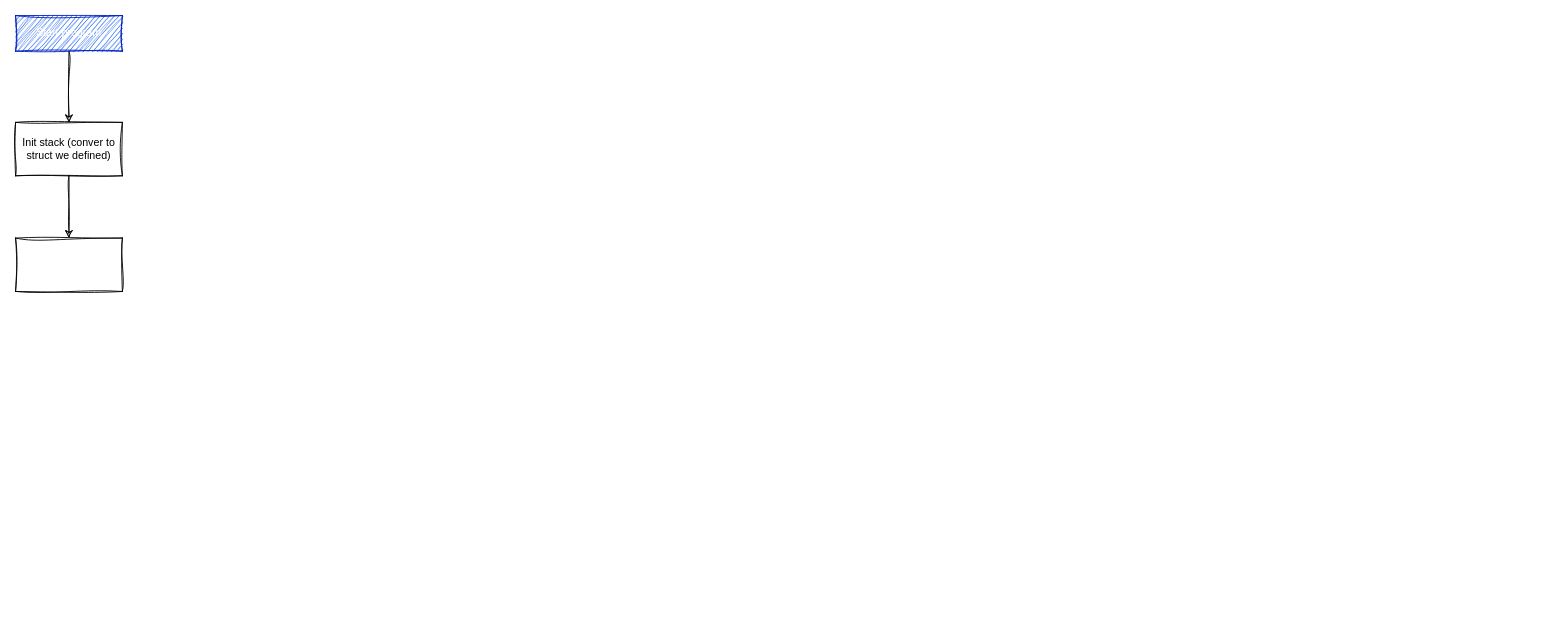
Before: logic.drawio in RealConrad/42push-swap, a draw.io diagram. Source tidied: cells renumbered, new cells numbered last; positions are measured from the earlier drawing's top-left corner, leaving out a move shared by most shapes. Both pictures are drawn from the tidied source at 89%, with x=0, y=0 at pixel (15, 15).
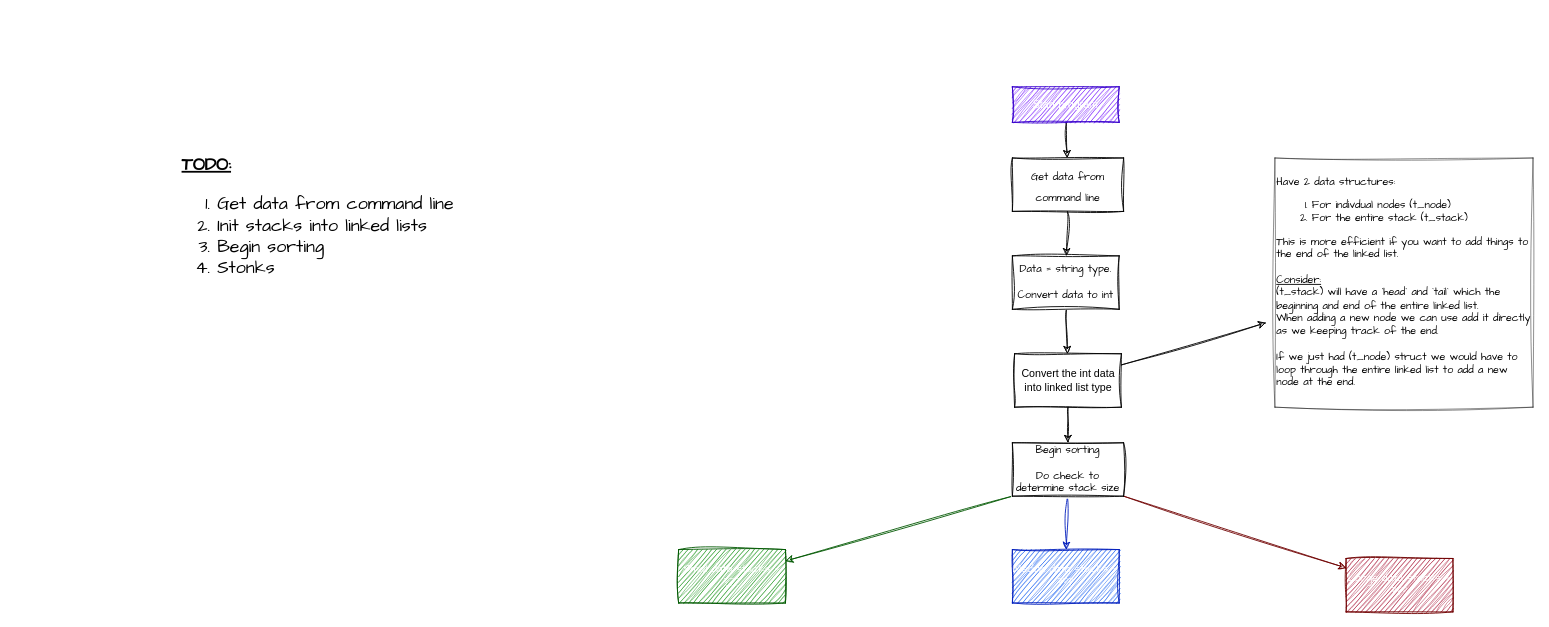
Above is the later version.

Commit message (it also covers changes not shown here):
made changes to convert data to linked list

Diff of the diagram source:
```diff
@@
 <mxGraphModel>
   <root>
     <mxCell id="0" />
     <mxCell id="1" parent="0" />
-    <mxCell id="2" style="edgeStyle=none;html=1;rounded=0;sketch=1;curveFitting=1;jiggle=2;" parent="1" edge="1" source="3" target="5">
-      <mxGeometry relative="1" as="geometry" />
-    </mxCell>
+    <mxCell id="7" style="edgeStyle=none;hachureGap=4;html=1;fontFamily=Architects Daughter;fontSize=16;sketch=1;curveFitting=1;jiggle=2;" parent="1" edge="1" source="3" target="11">
+      <mxGeometry relative="1" as="geometry" />
+    </mxCell>
-    <mxCell id="3" value="Start program" style="rounded=0;whiteSpace=wrap;html=1;sketch=1;curveFitting=1;jiggle=2;fillColor=#0050ef;fontColor=#ffffff;strokeColor=#001DBC;" parent="1" vertex="1">
-      <mxGeometry width="120" height="40" as="geometry" />
+    <mxCell id="3" value="Start program" style="rounded=0;whiteSpace=wrap;html=1;fillColor=#6a00ff;strokeColor=#3700CC;fontColor=#ffffff;sketch=1;curveFitting=1;jiggle=2;" parent="1" vertex="1">
+      <mxGeometry x="1120" y="80" width="120" height="40" as="geometry" />
     </mxCell>
-    <mxCell id="4" style="edgeStyle=none;sketch=1;hachureGap=4;jiggle=2;curveFitting=1;html=1;fontFamily=Architects Daughter;fontSize=16;" parent="1" edge="1" source="5" target="6">
+    <mxCell id="4" style="edgeStyle=none;hachureGap=4;html=1;fontFamily=Architects Daughter;fontSize=16;sketch=1;curveFitting=1;jiggle=2;" parent="1" edge="1" source="5" target="17">
       <mxGeometry relative="1" as="geometry" />
     </mxCell>
+    <mxCell id="8" style="edgeStyle=none;hachureGap=4;html=1;fontFamily=Architects Daughter;fontSize=16;sketch=1;curveFitting=1;jiggle=2;" parent="1" edge="1" source="5" target="21">
+      <mxGeometry relative="1" as="geometry" />
+    </mxCell>
-    <mxCell id="5" value="Init stack (conver to struct we defined)" style="rounded=0;whiteSpace=wrap;html=1;sketch=1;curveFitting=1;jiggle=2;" parent="1" vertex="1">
-      <mxGeometry y="120" width="120" height="60" as="geometry" />
+    <mxCell id="5" value="Convert the int data into linked list type" style="rounded=0;whiteSpace=wrap;html=1;sketch=1;curveFitting=1;jiggle=2;" parent="1" vertex="1">
+      <mxGeometry x="1122.5" y="380" width="120" height="60" as="geometry" />
     </mxCell>
-    <mxCell id="6" style="rounded=0;whiteSpace=wrap;html=1;sketch=1;hachureGap=4;jiggle=2;curveFitting=1;fontFamily=Architects Daughter;fontSize=20;" parent="1" vertex="1">
-      <mxGeometry y="250" width="120" height="60" as="geometry" />
-    </mxCell>
+    <mxCell id="9" value="&lt;b&gt;&lt;u&gt;TODO:&lt;br&gt;&lt;/u&gt;&lt;/b&gt;&lt;div style=&quot;&quot;&gt;&lt;ol&gt;&lt;li&gt;Get data from command line&lt;/li&gt;&lt;li&gt;Init stacks into linked lists&lt;/li&gt;&lt;li&gt;Begin sorting&lt;/li&gt;&lt;li&gt;Stonks&lt;/li&gt;&lt;/ol&gt;&lt;/div&gt;" style="text;html=1;strokeColor=none;fillColor=none;align=left;verticalAlign=middle;whiteSpace=wrap;rounded=0;hachureGap=4;fontFamily=Architects Daughter;fontSize=20;sketch=1;curveFitting=1;jiggle=2;" parent="1" vertex="1">
+      <mxGeometry x="185" y="40" width="570" height="390" as="geometry" />
+    </mxCell>
+    <mxCell id="10" style="edgeStyle=none;hachureGap=4;html=1;fontFamily=Architects Daughter;fontSize=12;sketch=1;curveFitting=1;jiggle=2;" parent="1" edge="1" source="11" target="13">
+      <mxGeometry relative="1" as="geometry" />
+    </mxCell>
+    <mxCell id="11" value="&lt;font style=&quot;font-size: 12px;&quot;&gt;Get data from command line&lt;/font&gt;" style="rounded=0;whiteSpace=wrap;html=1;hachureGap=4;fontFamily=Architects Daughter;fontSize=20;sketch=1;curveFitting=1;jiggle=2;" parent="1" vertex="1">
+      <mxGeometry x="1120" y="160" width="125" height="60" as="geometry" />
+    </mxCell>
+    <mxCell id="12" style="edgeStyle=none;hachureGap=4;html=1;fontFamily=Architects Daughter;fontSize=12;sketch=1;curveFitting=1;jiggle=2;" parent="1" edge="1" source="13" target="5">
+      <mxGeometry relative="1" as="geometry" />
+    </mxCell>
+    <mxCell id="13" value="Data = string type.&lt;br&gt;&lt;br&gt;Convert data to int" style="rounded=0;whiteSpace=wrap;html=1;hachureGap=4;fontFamily=Architects Daughter;fontSize=12;sketch=1;curveFitting=1;jiggle=2;" parent="1" vertex="1">
+      <mxGeometry x="1120" y="270" width="120" height="60" as="geometry" />
+    </mxCell>
+    <mxCell id="14" style="edgeStyle=none;hachureGap=4;html=1;exitX=0;exitY=1;exitDx=0;exitDy=0;fontFamily=Architects Daughter;fontSize=12;fillColor=#008a00;strokeColor=#005700;sketch=1;curveFitting=1;jiggle=2;" parent="1" edge="1" source="17" target="18">
+      <mxGeometry relative="1" as="geometry" />
+    </mxCell>
+    <mxCell id="15" style="edgeStyle=none;hachureGap=4;html=1;fontFamily=Architects Daughter;fontSize=12;fillColor=#0050ef;strokeColor=#001DBC;sketch=1;curveFitting=1;jiggle=2;" parent="1" edge="1" source="17" target="19">
+      <mxGeometry relative="1" as="geometry" />
+    </mxCell>
+    <mxCell id="16" style="edgeStyle=none;hachureGap=4;html=1;exitX=1;exitY=1;exitDx=0;exitDy=0;fontFamily=Architects Daughter;fontSize=12;fillColor=#a20025;strokeColor=#6F0000;sketch=1;curveFitting=1;jiggle=2;" parent="1" edge="1" source="17" target="20">
+      <mxGeometry relative="1" as="geometry" />
+    </mxCell>
+    <mxCell id="17" value="Begin sorting&lt;br&gt;&lt;br&gt;Do check to determine stack size" style="rounded=0;whiteSpace=wrap;html=1;hachureGap=4;fontFamily=Architects Daughter;fontSize=12;sketch=1;curveFitting=1;jiggle=2;" parent="1" vertex="1">
+      <mxGeometry x="1120" y="480" width="125" height="60" as="geometry" />
+    </mxCell>
+    <mxCell id="18" value="Small data stacks = ???" style="rounded=0;whiteSpace=wrap;html=1;hachureGap=4;fontFamily=Architects Daughter;fontSize=12;fillColor=#008a00;fontColor=#ffffff;strokeColor=#005700;sketch=1;curveFitting=1;jiggle=2;" parent="1" vertex="1">
+      <mxGeometry x="745" y="600" width="120" height="60" as="geometry" />
+    </mxCell>
+    <mxCell id="19" value="Median data stacks = ???" style="rounded=0;whiteSpace=wrap;html=1;hachureGap=4;fontFamily=Architects Daughter;fontSize=12;fillColor=#0050ef;fontColor=#ffffff;strokeColor=#001DBC;sketch=1;curveFitting=1;jiggle=2;" parent="1" vertex="1">
+      <mxGeometry x="1120" y="600" width="120" height="60" as="geometry" />
+    </mxCell>
+    <mxCell id="20" value="Large data stacks = ???" style="rounded=0;whiteSpace=wrap;html=1;hachureGap=4;fontFamily=Architects Daughter;fontSize=12;fillColor=#a20025;fontColor=#ffffff;strokeColor=#6F0000;sketch=1;curveFitting=1;jiggle=2;" parent="1" vertex="1">
+      <mxGeometry x="1495" y="610" width="120" height="60" as="geometry" />
+    </mxCell>
+    <mxCell id="21" value="Have 2 data structures:&lt;br&gt;&lt;ol&gt;&lt;li&gt;For indivdual nodes (t_node)&lt;/li&gt;&lt;li style=&quot;&quot;&gt;For the entire stack (t_stack)&lt;/li&gt;&lt;/ol&gt;&lt;div&gt;This is more efficient if you want to add things to the end of the linked list.&lt;/div&gt;&lt;div&gt;&lt;br&gt;&lt;/div&gt;&lt;div&gt;&lt;u&gt;Consider:&lt;/u&gt;&lt;/div&gt;&lt;div&gt;(t_stack) will have a `head` and `tail` which the beginning and end of the entire linked list.&amp;nbsp;&lt;/div&gt;&lt;div&gt;When adding a new node we can use add it directly as we keeping track of the end.&lt;/div&gt;&lt;div&gt;&lt;br&gt;&lt;/div&gt;&lt;div&gt;If we just had (t_node) struct we would have to loop through the entire linked list to add a new node at the end.&lt;/div&gt;" style="text;html=1;strokeColor=default;fillColor=none;align=left;verticalAlign=middle;whiteSpace=wrap;rounded=0;hachureGap=4;fontFamily=Architects Daughter;fontSize=12;perimeterSpacing=10;strokeWidth=0.5;sketch=1;curveFitting=1;jiggle=2;" parent="1" vertex="1">
+      <mxGeometry x="1415" y="160" width="290" height="280" as="geometry" />
+    </mxCell>
   </root>
 </mxGraphModel>
```
